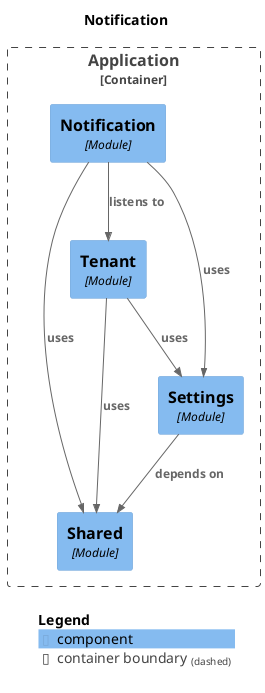
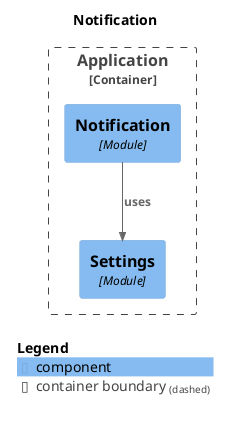
@startuml
set separator none
title Notification

top to bottom direction

!include <C4/C4>
!include <C4/C4_Context>
!include <C4/C4_Component>

Container_Boundary("Application.Application_boundary", "Application", $tags="") {
  Component(Application.Application.Notification, "Notification", $techn="Module", $descr="", $tags="", $link="")
-   Component(Application.Application.Shared, "Shared", $techn="Module", $descr="", $tags="", $link="")
  Component(Application.Application.Settings, "Settings", $techn="Module", $descr="", $tags="", $link="")
-   Component(Application.Application.Tenant, "Tenant", $techn="Module", $descr="", $tags="", $link="")
}

- Rel(Application.Application.Tenant, Application.Application.Shared, "uses", $techn="", $tags="", $link="")
- Rel(Application.Application.Tenant, Application.Application.Settings, "uses", $techn="", $tags="", $link="")
- Rel(Application.Application.Notification, Application.Application.Tenant, "listens to", $techn="", $tags="", $link="")
Rel(Application.Application.Notification, Application.Application.Settings, "uses", $techn="", $tags="", $link="")
- Rel(Application.Application.Notification, Application.Application.Shared, "uses", $techn="", $tags="", $link="")
- Rel(Application.Application.Settings, Application.Application.Shared, "depends on", $techn="", $tags="", $link="")

SHOW_LEGEND(true)
@enduml